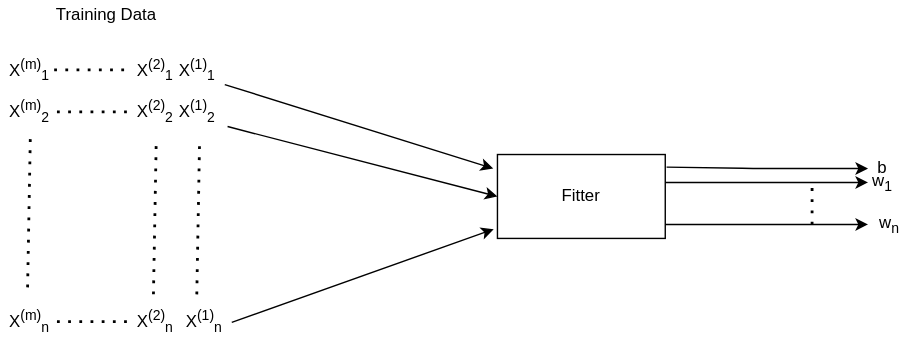
Earlier version of the draw.io export assets/images/supervised/ML-training-network.svg (ronen567/just-the-docs). Source tidied: cells renumbered, new cells last; positions are measured from the earlier drawing's top-left corner, leaving out a move shared by most shapes.
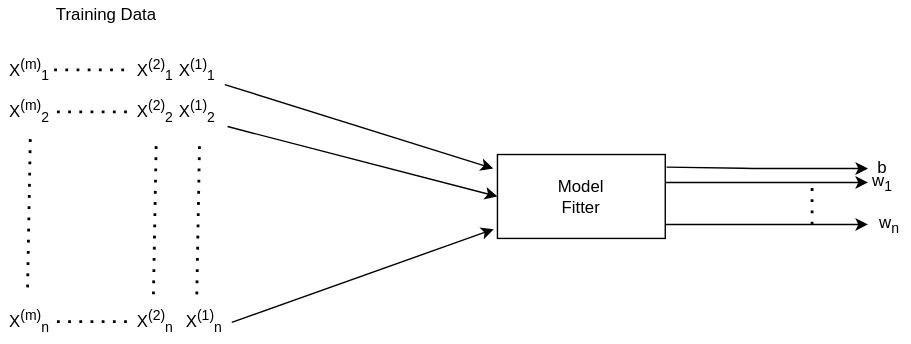
After the change.

The edit, as a diff of the source:
```diff
@@ -91,7 +91,7 @@
         </Array>
       </mxGeometry>
     </mxCell>
-    <mxCell id="23" value="&lt;span&gt;Fitter&lt;br&gt;&lt;/span&gt;" style="rounded=0;whiteSpace=wrap;html=1;" parent="1" vertex="1">
+    <mxCell id="23" value="&lt;span&gt;Model&lt;br&gt;Fitter&lt;br&gt;&lt;/span&gt;" style="rounded=0;whiteSpace=wrap;html=1;" parent="1" vertex="1">
       <mxGeometry x="355" y="110" width="120" height="60" as="geometry" />
     </mxCell>
     <mxCell id="24" style="endArrow=classic;html=1;" parent="1" edge="1">
```
